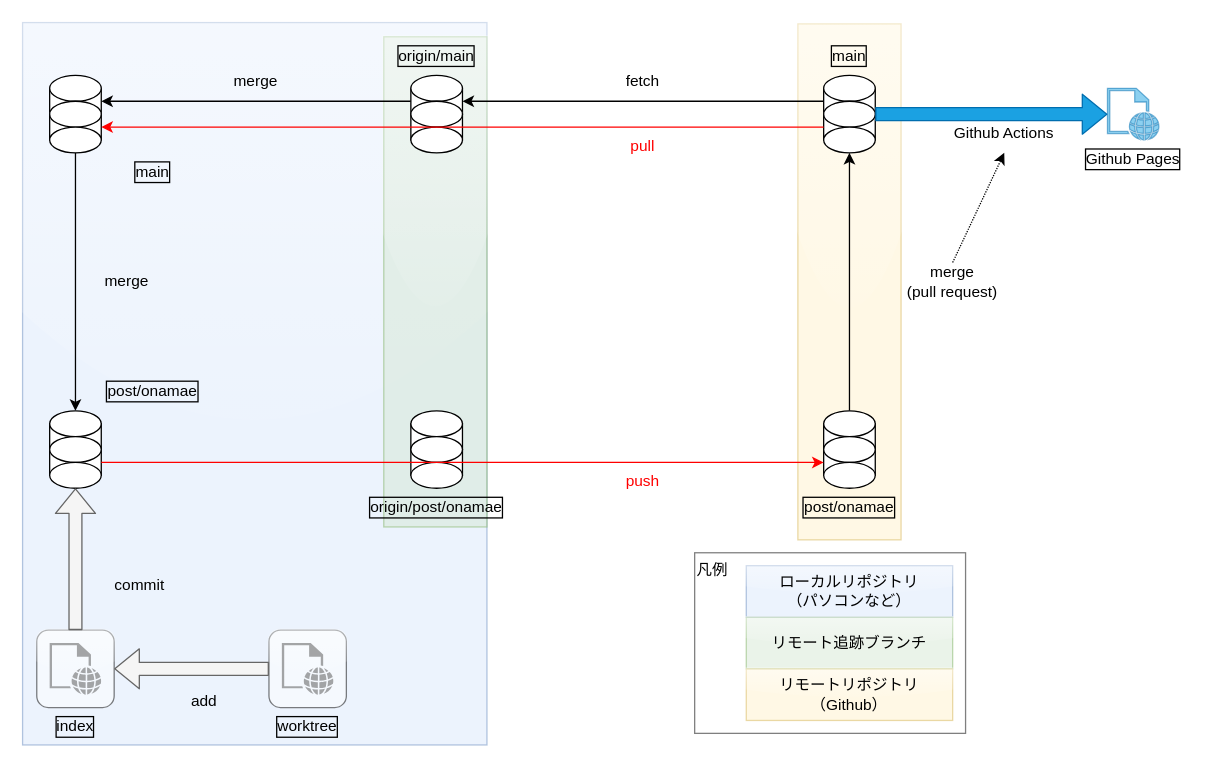
Above: static/img/git-basic/repository.drawio in masaru-study/-----test-----verify-note (draw.io), before the change. Source tidied: cells renumbered, new cells numbered last; positions are measured from the earlier drawing's top-left corner, leaving out a move shared by most shapes. Both pictures are drawn from the tidied source at 129%, with x=0, y=0 at pixel (22, 22).
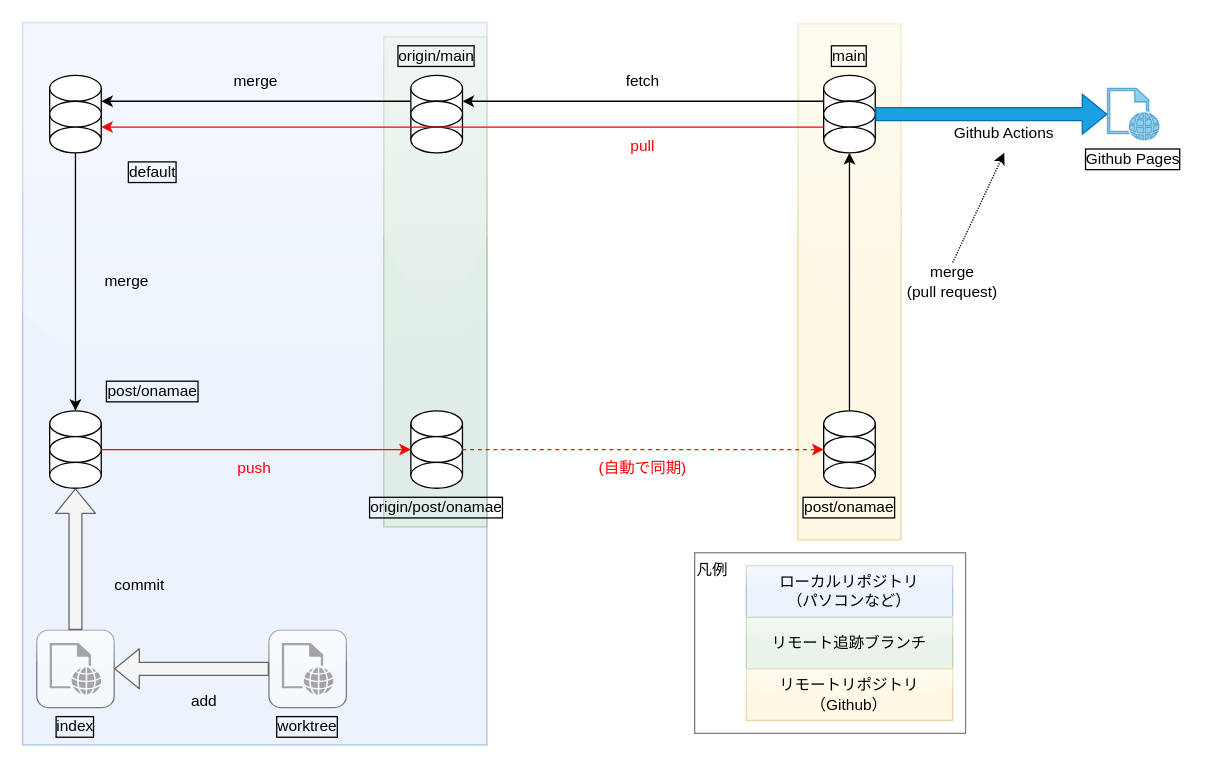
After the change.

The change refers to these unchanged cells:
```xml
<mxCell id="20" style="ellipse;whiteSpace=wrap;html=1;fillColor=default;" parent="16" vertex="1">
  <mxGeometry y="20" width="40" height="20" as="geometry" />
</mxCell>
<mxCell id="31" style="whiteSpace=wrap;html=1;fillColor=default;" parent="28" vertex="1">
  <mxGeometry y="30" width="40" height="20" as="geometry" />
</mxCell>
<mxCell id="32" style="ellipse;whiteSpace=wrap;html=1;fillColor=default;" parent="28" vertex="1">
  <mxGeometry y="20" width="40" height="20" as="geometry" />
</mxCell>
<mxCell id="44" style="whiteSpace=wrap;html=1;fillColor=default;" parent="41" vertex="1">
  <mxGeometry y="30" width="40" height="20" as="geometry" />
</mxCell>
<mxCell id="45" style="ellipse;whiteSpace=wrap;html=1;fillColor=default;" parent="41" vertex="1">
  <mxGeometry y="20" width="40" height="20" as="geometry" />
</mxCell>
```

Diff of the diagram source:
```diff
@@
-    <mxCell id="60" style="endArrow=classic;html=1;entryX=0;entryY=0.5;entryDx=0;entryDy=0;exitX=1;exitY=0.5;exitDx=0;exitDy=0;strokeColor=#FF0000;" parent="1" edge="1" source="44" target="31">
+    <mxCell id="60" style="endArrow=classic;html=1;exitX=1;exitY=0.5;exitDx=0;exitDy=0;strokeColor=#FF0000;entryX=0;entryY=0.5;entryDx=0;entryDy=0;" parent="1" edge="1" source="45" target="20">
       <mxGeometry relative="1" as="geometry" />
     </mxCell>
     <mxCell id="61" value="push" style="text;html=1;strokeColor=none;fillColor=none;align=center;verticalAlign=middle;whiteSpace=wrap;rounded=0;fillStyle=solid;opacity=50;fontColor=#FF0000;" parent="1" vertex="1">
-      <mxGeometry x="441" y="341" width="80" height="30" as="geometry" />
+      <mxGeometry x="140" y="331" width="80" height="30" as="geometry" />
     </mxCell>
@@
-    <mxCell id="63" value="main" style="text;html=1;strokeColor=none;fillColor=none;align=center;verticalAlign=middle;whiteSpace=wrap;rounded=0;fillStyle=solid;opacity=50;labelBorderColor=default;" parent="1" vertex="1">
+    <mxCell id="63" value="default" style="text;html=1;strokeColor=none;fillColor=none;align=center;verticalAlign=middle;whiteSpace=wrap;rounded=0;fillStyle=solid;opacity=50;labelBorderColor=default;" parent="1" vertex="1">
       <mxGeometry x="61" y="101" width="80" height="30" as="geometry" />
     </mxCell>
@@
+    <mxCell id="78" style="endArrow=classic;html=1;exitX=1;exitY=0.5;exitDx=0;exitDy=0;strokeColor=#FF0000;entryX=0;entryY=0.5;entryDx=0;entryDy=0;dashed=1;" parent="1" edge="1" source="20" target="32">
+      <mxGeometry relative="1" as="geometry" />
+    </mxCell>
+    <mxCell id="79" value="(自動で同期)" style="text;html=1;strokeColor=none;fillColor=none;align=center;verticalAlign=middle;whiteSpace=wrap;rounded=0;fillStyle=solid;opacity=50;fontColor=#FF0000;" parent="1" vertex="1">
+      <mxGeometry x="441" y="331" width="80" height="30" as="geometry" />
+    </mxCell>
```
